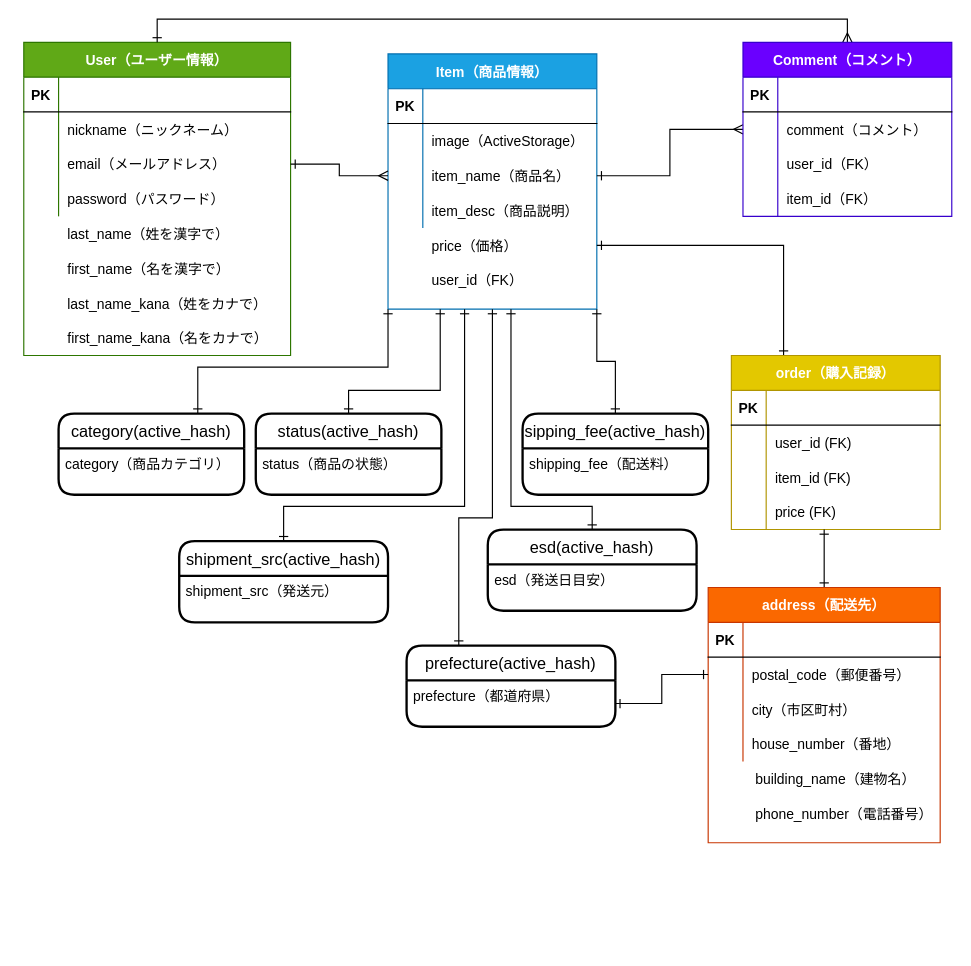
Earlier version of the draw.io diagram furima-35018.dio (soozeay/furima-35018). Source tidied: cells renumbered, new cells numbered last; positions are measured from the earlier drawing's top-left corner, leaving out a move shared by most shapes. Both pictures are drawn from the tidied source at 116%, with x=0, y=0 at pixel (23, 42).
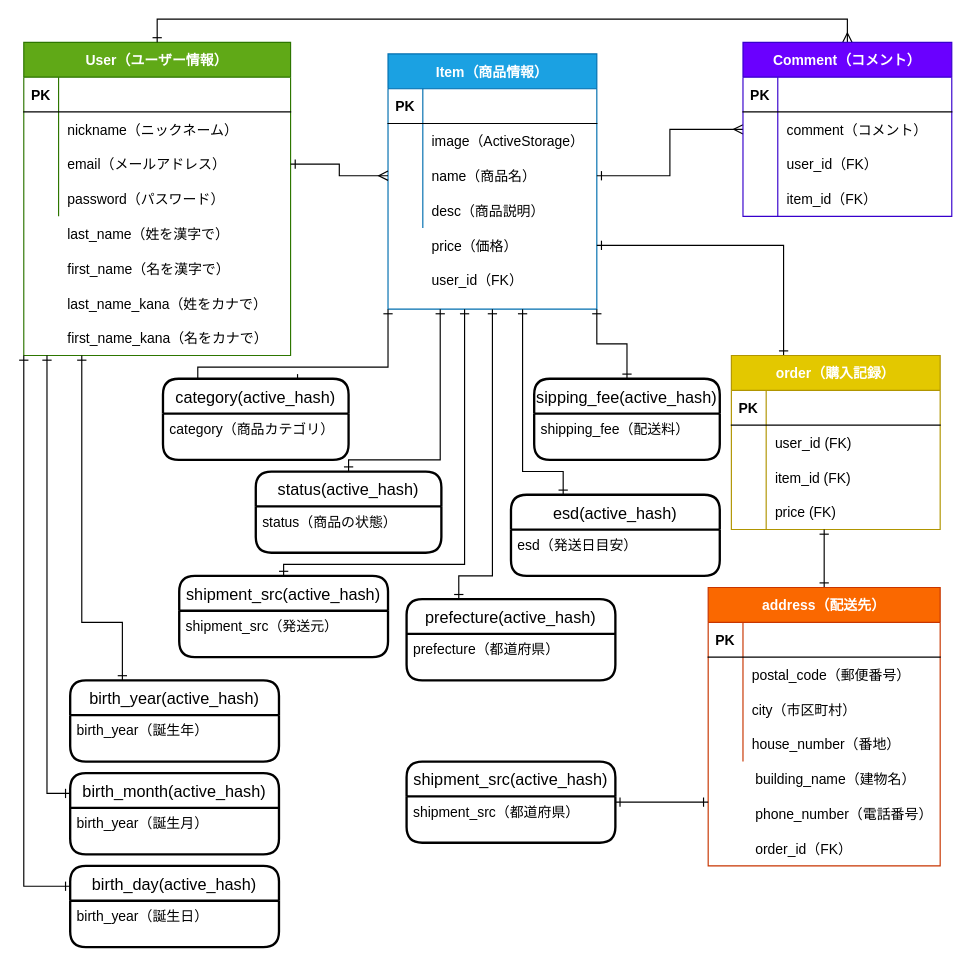
The same page after the edit.

Commit message (it also covers changes not shown here):
DB設計の修正3回目

①itemsテーブルの被りカラム（都道府県）の一方の削除
②usersテーブルに紐付く誕生年月日のactivehashの設定

The change refers to these unchanged cells:
```xml
<mxCell id="3" value="User（ユーザー情報）" style="shape=table;startSize=30;childLayout=tableLayout;rowLines=0;fontStyle=1;align=center;fillColor=#60a917;strokeColor=#2D7600;fontColor=#ffffff;" parent="2" vertex="1">
  <mxGeometry width="230" height="270" as="geometry" />
</mxCell>
<mxCell id="21" value="Item（商品情報）" style="shape=table;startSize=30;childLayout=tableLayout;rowLines=0;fontStyle=1;align=center;fillColor=#1ba1e2;strokeColor=#006EAF;fontColor=#ffffff;" parent="20" vertex="1">
  <mxGeometry width="180" height="220" as="geometry" />
</mxCell>
<mxCell id="28" style="shape=partialRectangle;fillColor=none;top=0;left=0;bottom=0;right=0;points=[[0,0.5],[1,0.5]];portConstraint=eastwest;" parent="21" vertex="1">
  <mxGeometry y="90" width="180" height="30" as="geometry" />
</mxCell>
<mxCell id="31" style="shape=partialRectangle;fillColor=none;top=0;left=0;bottom=0;right=0;" parent="21" vertex="1">
  <mxGeometry y="120" width="180" height="30" as="geometry" />
</mxCell>
<mxCell id="95" style="shape=partialRectangle;fillColor=none;top=0;left=0;bottom=0;right=0;points=[[0,0.5],[1,0.5]];portConstraint=eastwest;" parent="91" vertex="1">
  <mxGeometry y="60" width="200" height="30" as="geometry" />
</mxCell>
<mxCell id="108" value="prefecture（都道府県）" style="align=left;strokeColor=none;fillColor=none;spacingLeft=4;fontSize=12;verticalAlign=top;" parent="107" vertex="1">
  <mxGeometry y="30" width="180" height="40" as="geometry" />
</mxCell>
```

What changed in the source:
```diff
@@
-    <mxCell id="30" value="item_name（商品名）" style="shape=partialRectangle;fillColor=none;top=0;left=0;bottom=0;right=0;align=left;spacingLeft=6;overflow=hidden;" parent="28" vertex="1">
+    <mxCell id="30" value="name（商品名）" style="shape=partialRectangle;fillColor=none;top=0;left=0;bottom=0;right=0;align=left;spacingLeft=6;overflow=hidden;" parent="28" vertex="1">
       <mxGeometry x="30" width="150" height="30" as="geometry" />
     </mxCell>
@@
-    <mxCell id="33" value="item_desc（商品説明）" style="shape=partialRectangle;fillColor=none;top=0;left=0;bottom=0;right=0;align=left;spacingLeft=6;overflow=hidden;" parent="31" vertex="1">
+    <mxCell id="33" value="desc（商品説明）" style="shape=partialRectangle;fillColor=none;top=0;left=0;bottom=0;right=0;align=left;spacingLeft=6;overflow=hidden;" parent="31" vertex="1">
       <mxGeometry x="30" width="150" height="30" as="geometry" />
     </mxCell>
@@
     <mxCell id="76" style="edgeStyle=orthogonalEdgeStyle;rounded=0;jettySize=auto;html=1;exitX=0.75;exitY=0;exitDx=0;exitDy=0;startArrow=ERone;startFill=0;endArrow=ERone;endFill=0;entryX=0;entryY=1;entryDx=0;entryDy=0;" parent="1" edge="1" source="77" target="21">
       <mxGeometry relative="1" as="geometry">
         <Array as="points">
+          <mxPoint x="150" y="290" />
           <mxPoint x="150" y="280" />
           <mxPoint x="314" y="280" />
         </Array>
       </mxGeometry>
     </mxCell>
     <mxCell id="77" value="category(active_hash)" style="swimlane;horizontal=1;startSize=30;rounded=1;fontSize=14;fontStyle=0;strokeWidth=2;shadow=0;dashed=0;align=center;" parent="1" vertex="1">
-      <mxGeometry x="30" y="320" width="160" height="70" as="geometry" />
+      <mxGeometry x="120" y="290" width="160" height="70" as="geometry" />
     </mxCell>
@@
     <mxCell id="79" style="edgeStyle=orthogonalEdgeStyle;rounded=0;jettySize=auto;html=1;exitX=0.5;exitY=0;exitDx=0;exitDy=0;entryX=0.25;entryY=1;entryDx=0;entryDy=0;startArrow=ERone;startFill=0;endArrow=ERone;endFill=0;" parent="1" edge="1" source="80" target="21">
       <mxGeometry relative="1" as="geometry">
         <Array as="points">
-          <mxPoint x="280" y="300" />
-          <mxPoint x="359" y="300" />
+          <mxPoint x="280" y="360" />
+          <mxPoint x="359" y="360" />
         </Array>
       </mxGeometry>
     </mxCell>
     <mxCell id="80" value="status(active_hash)" style="swimlane;horizontal=1;startSize=30;rounded=1;fontSize=14;fontStyle=0;strokeWidth=2;shadow=0;dashed=0;align=center;" parent="1" vertex="1">
-      <mxGeometry x="200" y="320" width="160" height="70" as="geometry" />
+      <mxGeometry x="200" y="370" width="160" height="70" as="geometry" />
     </mxCell>
@@
     <mxCell id="83" value="sipping_fee(active_hash)" style="swimlane;horizontal=1;startSize=30;rounded=1;fontSize=14;fontStyle=0;strokeWidth=2;shadow=0;dashed=0;align=center;" parent="1" vertex="1">
-      <mxGeometry x="430" y="320" width="160" height="70" as="geometry" />
+      <mxGeometry x="440" y="290" width="160" height="70" as="geometry" />
     </mxCell>
@@
     <mxCell id="85" style="edgeStyle=orthogonalEdgeStyle;rounded=0;jettySize=auto;html=1;exitX=0.5;exitY=0;exitDx=0;exitDy=0;startArrow=ERone;startFill=0;endArrow=ERone;endFill=0;" parent="1" edge="1" source="86">
       <mxGeometry relative="1" as="geometry">
         <mxPoint x="380" y="230" as="targetPoint" />
         <Array as="points">
-          <mxPoint x="224" y="400" />
-          <mxPoint x="380" y="400" />
+          <mxPoint x="224" y="450" />
+          <mxPoint x="380" y="450" />
         </Array>
       </mxGeometry>
     </mxCell>
     <mxCell id="86" value="shipment_src(active_hash)" style="swimlane;horizontal=1;startSize=30;rounded=1;fontSize=14;fontStyle=0;strokeWidth=2;shadow=0;dashed=0;align=center;" parent="1" vertex="1">
-      <mxGeometry x="134" y="430" width="180" height="70" as="geometry" />
+      <mxGeometry x="134" y="460" width="180" height="70" as="geometry" />
     </mxCell>
@@
-    <mxCell id="88" style="edgeStyle=orthogonalEdgeStyle;rounded=0;jettySize=auto;html=1;exitX=0.5;exitY=0;exitDx=0;exitDy=0;startArrow=ERone;startFill=0;endArrow=ERone;endFill=0;" parent="1" edge="1" source="89">
-      <mxGeometry relative="1" as="geometry">
-        <mxPoint x="420" y="230" as="targetPoint" />
-        <Array as="points">
-          <mxPoint x="490" y="400" />
-          <mxPoint x="420" y="400" />
-        </Array>
-      </mxGeometry>
-    </mxCell>
+    <mxCell id="110" style="edgeStyle=orthogonalEdgeStyle;rounded=0;jettySize=auto;html=1;exitX=0.25;exitY=0;exitDx=0;exitDy=0;startArrow=ERone;startFill=0;endArrow=ERone;endFill=0;" parent="1" edge="1" source="89">
+      <mxGeometry relative="1" as="geometry">
+        <mxPoint x="430" y="230" as="targetPoint" />
+        <Array as="points">
+          <mxPoint x="465" y="370" />
+          <mxPoint x="430" y="370" />
+        </Array>
+      </mxGeometry>
+    </mxCell>
     <mxCell id="89" value="esd(active_hash)" style="swimlane;horizontal=1;startSize=30;rounded=1;fontSize=14;fontStyle=0;strokeWidth=2;shadow=0;dashed=0;align=center;" parent="1" vertex="1">
-      <mxGeometry x="400" y="420" width="180" height="70" as="geometry" />
+      <mxGeometry x="420" y="390" width="180" height="70" as="geometry" />
     </mxCell>
@@
     <mxCell id="91" value="address（配送先）" style="shape=table;startSize=30;childLayout=tableLayout;rowLines=0;fontStyle=1;align=center;fillColor=#fa6800;strokeColor=#C73500;fontColor=#ffffff;" parent="1" vertex="1">
-      <mxGeometry x="590" y="470" width="200" height="220" as="geometry" />
+      <mxGeometry x="590" y="470" width="200" height="240" as="geometry" />
     </mxCell>
@@
     <mxCell id="106" style="edgeStyle=orthogonalEdgeStyle;rounded=0;jettySize=auto;html=1;exitX=0.25;exitY=0;exitDx=0;exitDy=0;entryX=0.5;entryY=1;entryDx=0;entryDy=0;startArrow=ERone;startFill=0;endArrow=ERone;endFill=0;" parent="1" edge="1" source="107" target="21">
       <mxGeometry relative="1" as="geometry">
         <Array as="points">
-          <mxPoint x="375" y="410" />
-          <mxPoint x="404" y="410" />
+          <mxPoint x="375" y="460" />
+          <mxPoint x="404" y="460" />
         </Array>
       </mxGeometry>
     </mxCell>
     <mxCell id="107" value="prefecture(active_hash)" style="swimlane;horizontal=1;startSize=30;rounded=1;fontSize=14;fontStyle=0;strokeWidth=2;shadow=0;dashed=0;align=center;" parent="1" vertex="1">
-      <mxGeometry x="330" y="520" width="180" height="70" as="geometry" />
+      <mxGeometry x="330" y="480" width="180" height="70" as="geometry" />
     </mxCell>
@@
-    <mxCell id="109" style="edgeStyle=orthogonalEdgeStyle;rounded=0;jettySize=auto;html=1;exitX=1;exitY=0.5;exitDx=0;exitDy=0;entryX=0;entryY=0.5;entryDx=0;entryDy=0;startArrow=ERone;startFill=0;endArrow=ERone;endFill=0;" parent="1" edge="1" source="108" target="95">
-      <mxGeometry relative="1" as="geometry" />
-    </mxCell>
+    <mxCell id="111" style="edgeStyle=orthogonalEdgeStyle;rounded=0;jettySize=auto;html=1;exitX=0.25;exitY=0;exitDx=0;exitDy=0;startArrow=ERone;startFill=0;endArrow=ERone;endFill=0;" parent="1" edge="1" source="112">
+      <mxGeometry relative="1" as="geometry">
+        <mxPoint x="50" y="270" as="targetPoint" />
+        <Array as="points">
+          <mxPoint x="85" y="500" />
+          <mxPoint x="50" y="500" />
+        </Array>
+      </mxGeometry>
+    </mxCell>
+    <mxCell id="112" value="birth_year(active_hash)" style="swimlane;horizontal=1;startSize=30;rounded=1;fontSize=14;fontStyle=0;strokeWidth=2;shadow=0;dashed=0;align=center;" parent="1" vertex="1">
+      <mxGeometry x="40" y="550" width="180" height="70" as="geometry" />
+    </mxCell>
+    <mxCell id="113" value="birth_year（誕生年）" style="align=left;strokeColor=none;fillColor=none;spacingLeft=4;fontSize=12;verticalAlign=top;" parent="112" vertex="1">
+      <mxGeometry y="30" width="180" height="40" as="geometry" />
+    </mxCell>
+    <mxCell id="114" style="edgeStyle=orthogonalEdgeStyle;rounded=0;jettySize=auto;html=1;exitX=0;exitY=0.25;exitDx=0;exitDy=0;startArrow=ERone;startFill=0;endArrow=ERone;endFill=0;" parent="1" edge="1" source="115">
+      <mxGeometry relative="1" as="geometry">
+        <mxPoint x="20" y="270" as="targetPoint" />
+      </mxGeometry>
+    </mxCell>
+    <mxCell id="115" value="birth_month(active_hash)" style="swimlane;horizontal=1;startSize=30;rounded=1;fontSize=14;fontStyle=0;strokeWidth=2;shadow=0;dashed=0;align=center;" parent="1" vertex="1">
+      <mxGeometry x="40" y="630" width="180" height="70" as="geometry" />
+    </mxCell>
+    <mxCell id="116" value="birth_year（誕生月）" style="align=left;strokeColor=none;fillColor=none;spacingLeft=4;fontSize=12;verticalAlign=top;" parent="115" vertex="1">
+      <mxGeometry y="30" width="180" height="40" as="geometry" />
+    </mxCell>
+    <mxCell id="117" style="edgeStyle=orthogonalEdgeStyle;rounded=0;jettySize=auto;html=1;exitX=0;exitY=0.25;exitDx=0;exitDy=0;entryX=0;entryY=1;entryDx=0;entryDy=0;startArrow=ERone;startFill=0;endArrow=ERone;endFill=0;" parent="1" edge="1" source="118" target="3">
+      <mxGeometry relative="1" as="geometry" />
+    </mxCell>
+    <mxCell id="118" value="birth_day(active_hash)" style="swimlane;horizontal=1;startSize=30;rounded=1;fontSize=14;fontStyle=0;strokeWidth=2;shadow=0;dashed=0;align=center;" parent="1" vertex="1">
+      <mxGeometry x="40" y="710" width="180" height="70" as="geometry" />
+    </mxCell>
+    <mxCell id="119" value="birth_year（誕生日）" style="align=left;strokeColor=none;fillColor=none;spacingLeft=4;fontSize=12;verticalAlign=top;" parent="118" vertex="1">
+      <mxGeometry y="30" width="180" height="40" as="geometry" />
+    </mxCell>
+    <mxCell id="120" value="order_id（FK）" style="shape=partialRectangle;fillColor=none;top=0;left=0;bottom=0;right=0;align=left;spacingLeft=6;overflow=hidden;" parent="1" vertex="1">
+      <mxGeometry x="623" y="680" width="160" height="30" as="geometry" />
+    </mxCell>
+    <mxCell id="121" style="edgeStyle=orthogonalEdgeStyle;rounded=0;jettySize=auto;html=1;exitX=1;exitY=0.5;exitDx=0;exitDy=0;startArrow=ERone;startFill=0;endArrow=ERone;endFill=0;" parent="1" edge="1" source="122">
+      <mxGeometry relative="1" as="geometry">
+        <mxPoint x="590" y="655" as="targetPoint" />
+      </mxGeometry>
+    </mxCell>
+    <mxCell id="122" value="shipment_src(active_hash)" style="swimlane;horizontal=1;startSize=30;rounded=1;fontSize=14;fontStyle=0;strokeWidth=2;shadow=0;dashed=0;align=center;" parent="1" vertex="1">
+      <mxGeometry x="330" y="620" width="180" height="70" as="geometry" />
+    </mxCell>
+    <mxCell id="123" value="shipment_src（都道府県）" style="align=left;strokeColor=none;fillColor=none;spacingLeft=4;fontSize=12;verticalAlign=top;" parent="122" vertex="1">
+      <mxGeometry y="30" width="180" height="40" as="geometry" />
+    </mxCell>
```
